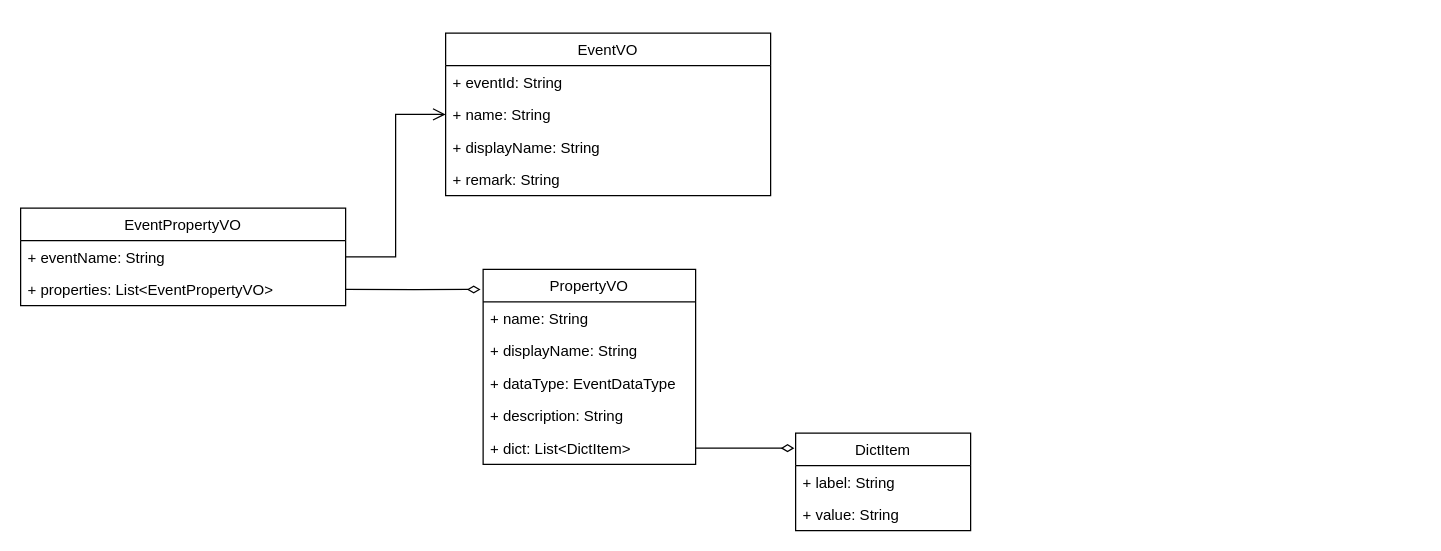
Above: 事件中心/规则类图.drawio in NeverMore93/draw (draw.io), before the change. Source tidied: cells renumbered, new cells numbered last; positions are measured from the earlier drawing's top-left corner, leaving out a move shared by most shapes. Both pictures are drawn from the tidied source at 125%, with x=0, y=0 at pixel (20, 32).
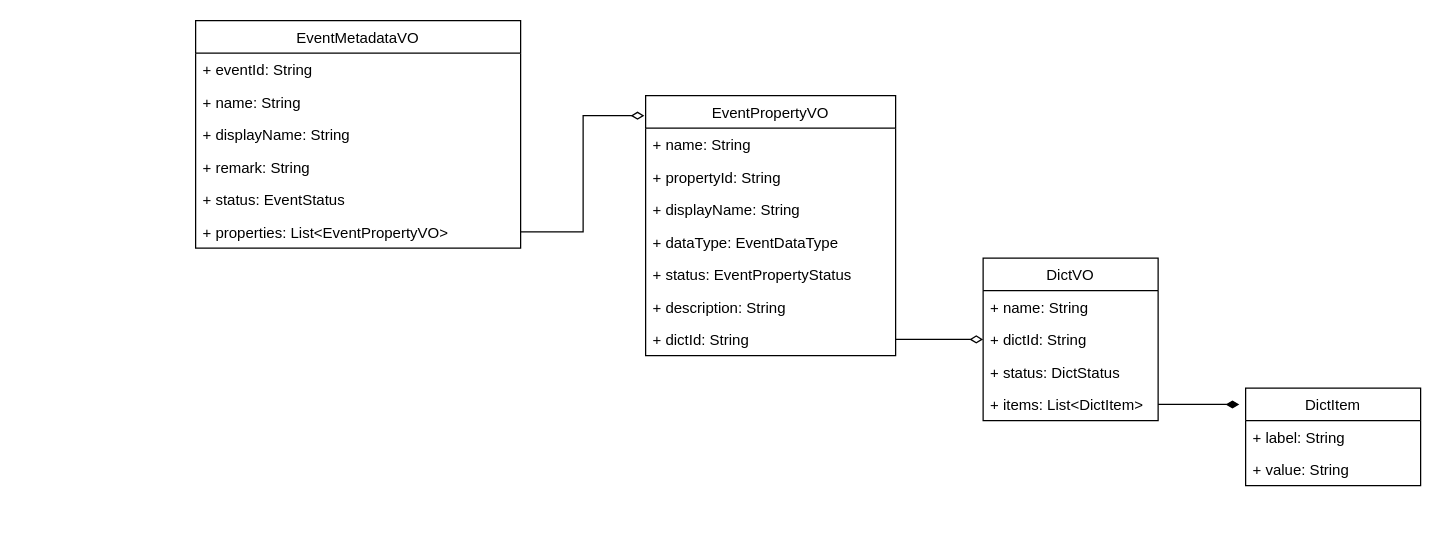
The same page after the edit.

Commit message:
更新规则类图.drawio

Unchanged cells that the change refers to:
```xml
<mxCell id="4" value="+ name: String" style="text;strokeColor=none;fillColor=none;align=left;verticalAlign=top;spacingLeft=4;spacingRight=4;overflow=hidden;points=[[0,0.5],[1,0.5]];portConstraint=eastwest;" parent="2" vertex="1">
  <mxGeometry y="52" width="260" height="26" as="geometry" />
</mxCell>
```

The edit, as a diff of the source:
```diff
@@
-    <mxCell id="2" value="EventVO" style="swimlane;fontStyle=0;horizontal=1;startSize=26;fillColor=none;" parent="1" vertex="1">
-      <mxGeometry x="340" width="260" height="130" as="geometry" />
+    <mxCell id="2" value="EventMetadataVO" style="swimlane;fontStyle=0;horizontal=1;startSize=26;fillColor=none;" parent="1" vertex="1">
+      <mxGeometry x="140" y="-10" width="260" height="182" as="geometry" />
     </mxCell>
@@
+    <mxCell id="22" value="+ status: EventStatus" style="text;strokeColor=none;fillColor=none;align=left;verticalAlign=top;spacingLeft=4;spacingRight=4;overflow=hidden;" parent="2" vertex="1">
+      <mxGeometry y="130" width="260" height="26" as="geometry" />
+    </mxCell>
+    <mxCell id="18" value="+ properties: List&lt;EventPropertyVO&gt;" style="text;strokeColor=none;fillColor=none;align=left;verticalAlign=top;spacingLeft=4;spacingRight=4;overflow=hidden;points=[[0,0.5],[1,0.5]];portConstraint=eastwest;" parent="2" vertex="1">
+      <mxGeometry y="156" width="260" height="26" as="geometry" />
+    </mxCell>
-    <mxCell id="7" value="PropertyVO" style="swimlane;fontStyle=0;horizontal=1;startSize=26;fillColor=none;" parent="1" vertex="1">
-      <mxGeometry x="370" y="189" width="170" height="156" as="geometry" />
+    <mxCell id="7" value="EventPropertyVO" style="swimlane;fontStyle=0;horizontal=1;startSize=26;fillColor=none;" parent="1" vertex="1">
+      <mxGeometry x="500" y="50" width="200" height="208" as="geometry" />
     </mxCell>
     <mxCell id="8" value="+ name: String" style="text;strokeColor=none;fillColor=none;align=left;verticalAlign=top;spacingLeft=4;spacingRight=4;overflow=hidden;" parent="7" vertex="1">
-      <mxGeometry y="26" width="170" height="26" as="geometry" />
+      <mxGeometry y="26" width="200" height="26" as="geometry" />
     </mxCell>
+    <mxCell id="23" value="+ propertyId: String" style="text;strokeColor=none;fillColor=none;align=left;verticalAlign=top;spacingLeft=4;spacingRight=4;overflow=hidden;" parent="7" vertex="1">
+      <mxGeometry y="52" width="200" height="26" as="geometry" />
+    </mxCell>
     <mxCell id="9" value="+ displayName: String" style="text;strokeColor=none;fillColor=none;align=left;verticalAlign=top;spacingLeft=4;spacingRight=4;overflow=hidden;" parent="7" vertex="1">
-      <mxGeometry y="52" width="170" height="26" as="geometry" />
+      <mxGeometry y="78" width="200" height="26" as="geometry" />
     </mxCell>
     <mxCell id="10" value="+ dataType: EventDataType" style="text;strokeColor=none;fillColor=none;align=left;verticalAlign=top;spacingLeft=4;spacingRight=4;overflow=hidden;" parent="7" vertex="1">
-      <mxGeometry y="78" width="170" height="26" as="geometry" />
+      <mxGeometry y="104" width="200" height="26" as="geometry" />
     </mxCell>
+    <mxCell id="24" value="+ status: EventPropertyStatus" style="text;strokeColor=none;fillColor=none;align=left;verticalAlign=top;spacingLeft=4;spacingRight=4;overflow=hidden;" parent="7" vertex="1">
+      <mxGeometry y="130" width="200" height="26" as="geometry" />
+    </mxCell>
     <mxCell id="11" value="+ description: String" style="text;strokeColor=none;fillColor=none;align=left;verticalAlign=top;spacingLeft=4;spacingRight=4;overflow=hidden;" parent="7" vertex="1">
-      <mxGeometry y="104" width="170" height="26" as="geometry" />
+      <mxGeometry y="156" width="200" height="26" as="geometry" />
     </mxCell>
-    <mxCell id="12" value="+ dict: List&lt;DictItem&gt;" style="text;strokeColor=none;fillColor=none;align=left;verticalAlign=top;spacingLeft=4;spacingRight=4;overflow=hidden;points=[[0,0.5],[1,0.5]];portConstraint=eastwest;" parent="7" vertex="1">
-      <mxGeometry y="130" width="170" height="26" as="geometry" />
+    <mxCell id="12" value="+ dictId: String " style="text;strokeColor=none;fillColor=none;align=left;verticalAlign=top;spacingLeft=4;spacingRight=4;overflow=hidden;points=[[0,0.5],[1,0.5]];portConstraint=eastwest;" parent="7" vertex="1">
+      <mxGeometry y="182" width="200" height="26" as="geometry" />
     </mxCell>
     <mxCell id="13" value="DictItem" style="swimlane;fontStyle=0;horizontal=1;startSize=26;fillColor=none;" parent="1" vertex="1">
-      <mxGeometry x="620" y="320" width="140" height="78" as="geometry" />
+      <mxGeometry x="980" y="284" width="140" height="78" as="geometry" />
     </mxCell>
@@
-    <mxCell id="16" value="EventPropertyVO" style="swimlane;fontStyle=0;horizontal=1;startSize=26;fillColor=none;" parent="1" vertex="1">
-      <mxGeometry y="140" width="260" height="78" as="geometry" />
-    </mxCell>
-    <mxCell id="17" value="+ eventName: String" style="text;strokeColor=none;fillColor=none;align=left;verticalAlign=top;spacingLeft=4;spacingRight=4;overflow=hidden;points=[[0,0.5],[1,0.5]];portConstraint=eastwest;" parent="16" vertex="1">
-      <mxGeometry y="26" width="260" height="26" as="geometry" />
-    </mxCell>
-    <mxCell id="18" value="+ properties: List&lt;EventPropertyVO&gt;" style="text;strokeColor=none;fillColor=none;align=left;verticalAlign=top;spacingLeft=4;spacingRight=4;overflow=hidden;points=[[0,0.5],[1,0.5]];portConstraint=eastwest;" parent="16" vertex="1">
-      <mxGeometry y="52" width="260" height="26" as="geometry" />
-    </mxCell>
-    <mxCell id="19" style="endArrow=open;startArrow=none;endFill=0;startFill=0;endSize=8;html=1;verticalAlign=bottom;labelBackgroundColor=none;strokeWidth=1;rounded=0;entryX=0;entryY=0.5;entryDx=0;entryDy=0;exitX=1;exitY=0.5;exitDx=0;exitDy=0;edgeStyle=orthogonalEdgeStyle;" parent="1" edge="1" source="17" target="4">
-      <mxGeometry relative="1" as="geometry" />
-    </mxCell>
-    <mxCell id="20" style="endArrow=none;startArrow=diamondThin;endFill=0;startFill=0;html=1;verticalAlign=bottom;labelBackgroundColor=none;strokeWidth=1;startSize=8;endSize=8;rounded=0;entryX=1;entryY=0.5;entryDx=0;entryDy=0;exitX=-0.012;exitY=0.103;exitDx=0;exitDy=0;exitPerimeter=0;edgeStyle=orthogonalEdgeStyle;" parent="1" edge="1" source="7" target="18">
+    <mxCell id="20" style="endArrow=none;startArrow=diamondThin;endFill=0;startFill=0;html=1;verticalAlign=bottom;labelBackgroundColor=none;strokeWidth=1;startSize=8;endSize=8;rounded=0;entryX=1;entryY=0.5;entryDx=0;entryDy=0;exitX=-0.005;exitY=0.077;exitDx=0;exitDy=0;exitPerimeter=0;edgeStyle=orthogonalEdgeStyle;" parent="1" edge="1" source="7" target="18">
       <mxGeometry relative="1" as="geometry" />
     </mxCell>
-    <mxCell id="21" style="endArrow=none;startArrow=diamondThin;endFill=0;startFill=0;html=1;verticalAlign=bottom;labelBackgroundColor=none;strokeWidth=1;startSize=8;endSize=8;rounded=0;exitX=-0.007;exitY=0.154;exitDx=0;exitDy=0;exitPerimeter=0;entryX=1;entryY=0.5;entryDx=0;entryDy=0;edgeStyle=orthogonalEdgeStyle;" parent="1" edge="1" source="13" target="12">
-      <mxGeometry relative="1" as="geometry" />
-    </mxCell>
+    <mxCell id="25" value="DictVO" style="swimlane;fontStyle=0;horizontal=1;startSize=26;fillColor=none;" parent="1" vertex="1">
+      <mxGeometry x="770" y="180" width="140" height="130" as="geometry" />
+    </mxCell>
+    <mxCell id="26" value="+ name: String" style="text;strokeColor=none;fillColor=none;align=left;verticalAlign=top;spacingLeft=4;spacingRight=4;overflow=hidden;" parent="25" vertex="1">
+      <mxGeometry y="26" width="140" height="26" as="geometry" />
+    </mxCell>
+    <mxCell id="27" value="+ dictId: String" style="text;strokeColor=none;fillColor=none;align=left;verticalAlign=top;spacingLeft=4;spacingRight=4;overflow=hidden;points=[[0,0.5],[1,0.5]];portConstraint=eastwest;" parent="25" vertex="1">
+      <mxGeometry y="52" width="140" height="26" as="geometry" />
+    </mxCell>
+    <mxCell id="28" value="+ status: DictStatus" style="text;strokeColor=none;fillColor=none;align=left;verticalAlign=top;spacingLeft=4;spacingRight=4;overflow=hidden;" parent="25" vertex="1">
+      <mxGeometry y="78" width="140" height="26" as="geometry" />
+    </mxCell>
+    <mxCell id="29" value="+ items: List&lt;DictItem&gt;" style="text;strokeColor=none;fillColor=none;align=left;verticalAlign=top;spacingLeft=4;spacingRight=4;overflow=hidden;points=[[0,0.5],[1,0.5]];portConstraint=eastwest;" parent="25" vertex="1">
+      <mxGeometry y="104" width="140" height="26" as="geometry" />
+    </mxCell>
+    <mxCell id="30" style="endArrow=none;startArrow=diamondThin;endFill=0;startFill=1;html=1;verticalAlign=bottom;labelBackgroundColor=none;strokeWidth=1;startSize=8;endSize=8;rounded=0;exitX=-0.036;exitY=0.167;exitDx=0;exitDy=0;exitPerimeter=0;entryX=1;entryY=0.5;entryDx=0;entryDy=0;" parent="1" edge="1" source="13" target="29">
+      <mxGeometry relative="1" as="geometry" />
+    </mxCell>
+    <mxCell id="31" style="endArrow=none;startArrow=diamondThin;endFill=0;startFill=0;html=1;verticalAlign=bottom;labelBackgroundColor=none;strokeWidth=1;startSize=8;endSize=8;rounded=0;entryX=1;entryY=0.5;entryDx=0;entryDy=0;exitX=0;exitY=0.5;exitDx=0;exitDy=0;" parent="1" edge="1" source="27" target="12">
+      <mxGeometry relative="1" as="geometry" />
+    </mxCell>
```
